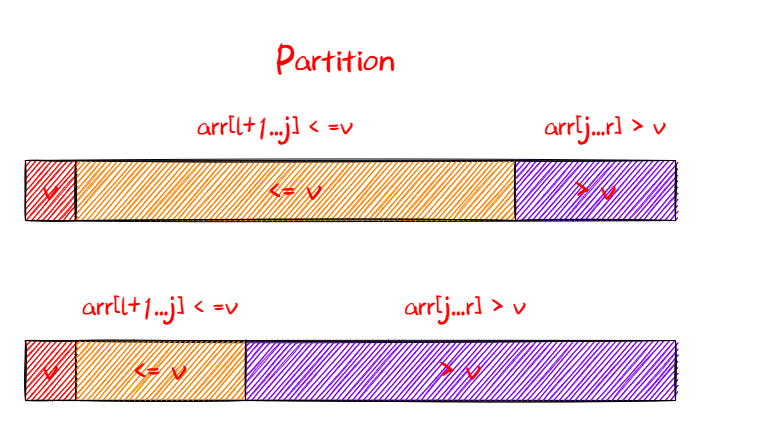
The draw.io diagram AlgorithmDraw/快速排序不处理V.png in X1nSea/imgbed, before a commit. Source tidied: cells renumbered, new cells last; positions are measured from the earlier drawing's top-left corner, leaving out a move shared by most shapes.
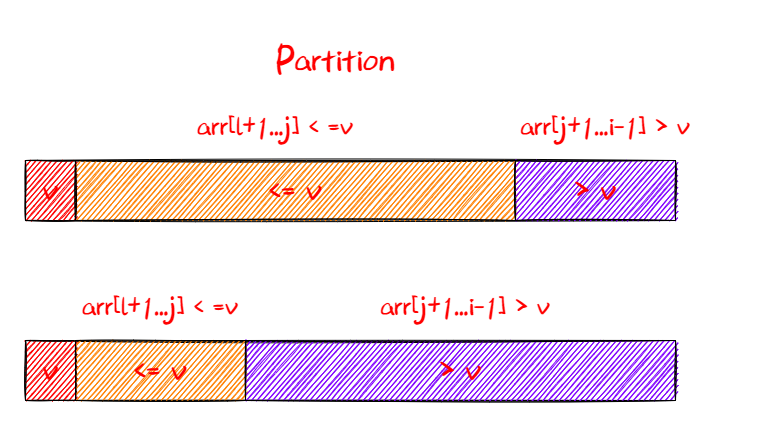
After the change.

Commit message:
Added 快速排序不处理V.png

The edit, as a diff of the source:
```diff
@@ -20,7 +20,7 @@
     <mxCell id="7" value="arr[l+1...j] &amp;lt; =v" style="text;html=1;strokeColor=none;fillColor=none;align=center;verticalAlign=middle;whiteSpace=wrap;rounded=0;sketch=1;fontFamily=中国式手写风;fontSize=30;fontColor=#FF0000;" parent="1" vertex="1">
       <mxGeometry x="115" y="70" width="280" height="70" as="geometry" />
     </mxCell>
-    <mxCell id="8" value="arr[j...r] &amp;gt; v" style="text;html=1;strokeColor=none;fillColor=none;align=center;verticalAlign=middle;whiteSpace=wrap;rounded=0;sketch=1;fontFamily=中国式手写风;fontSize=30;fontColor=#FF0000;" parent="1" vertex="1">
+    <mxCell id="8" value="arr[j+1...i-1] &amp;gt; v" style="text;html=1;strokeColor=none;fillColor=none;align=center;verticalAlign=middle;whiteSpace=wrap;rounded=0;sketch=1;fontFamily=中国式手写风;fontSize=30;fontColor=#FF0000;" parent="1" vertex="1">
       <mxGeometry x="445" y="70" width="280" height="70" as="geometry" />
     </mxCell>
     <mxCell id="9" style="rounded=0;whiteSpace=wrap;html=1;sketch=1;" parent="1" vertex="1">
@@ -38,7 +38,7 @@
     <mxCell id="13" value="arr[l+1...j] &amp;lt; =v" style="text;html=1;strokeColor=none;fillColor=none;align=center;verticalAlign=middle;whiteSpace=wrap;rounded=0;sketch=1;fontFamily=中国式手写风;fontSize=30;fontColor=#FF0000;" parent="1" vertex="1">
       <mxGeometry y="250" width="280" height="70" as="geometry" />
     </mxCell>
-    <mxCell id="14" value="arr[j...r] &amp;gt; v" style="text;html=1;strokeColor=none;fillColor=none;align=center;verticalAlign=middle;whiteSpace=wrap;rounded=0;sketch=1;fontFamily=中国式手写风;fontSize=30;fontColor=#FF0000;" parent="1" vertex="1">
+    <mxCell id="14" value="arr[j+1...i-1] &amp;gt; v" style="text;html=1;strokeColor=none;fillColor=none;align=center;verticalAlign=middle;whiteSpace=wrap;rounded=0;sketch=1;fontFamily=中国式手写风;fontSize=30;fontColor=#FF0000;" parent="1" vertex="1">
       <mxGeometry x="305" y="250" width="280" height="70" as="geometry" />
     </mxCell>
   </root>
```
